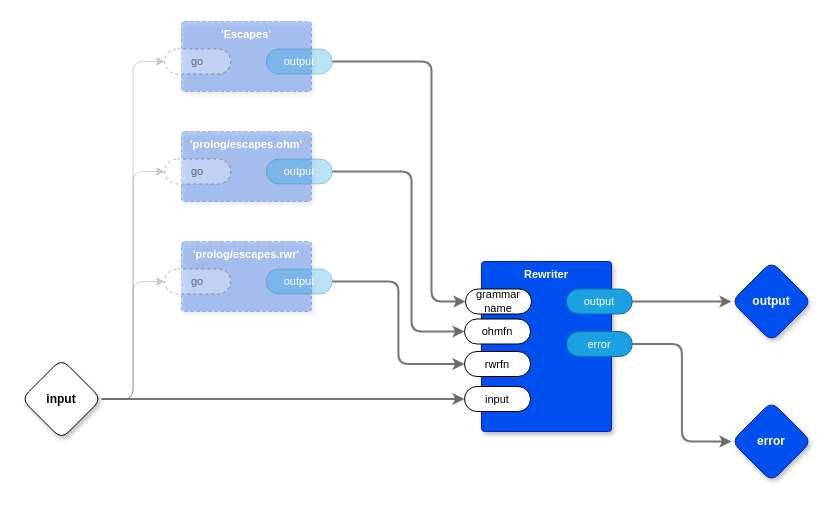
Earlier version of the draw.io diagram page "Escape Whitespace" (5 of 20) of js/js.drawio (guitarvydas/transpiler). Source tidied: cells renumbered, new cells numbered last; positions are measured from the earlier drawing's top-left corner, leaving out a move shared by most shapes. Both pictures are drawn from the tidied source at 100%, with x=0, y=0 at pixel (21, 21).
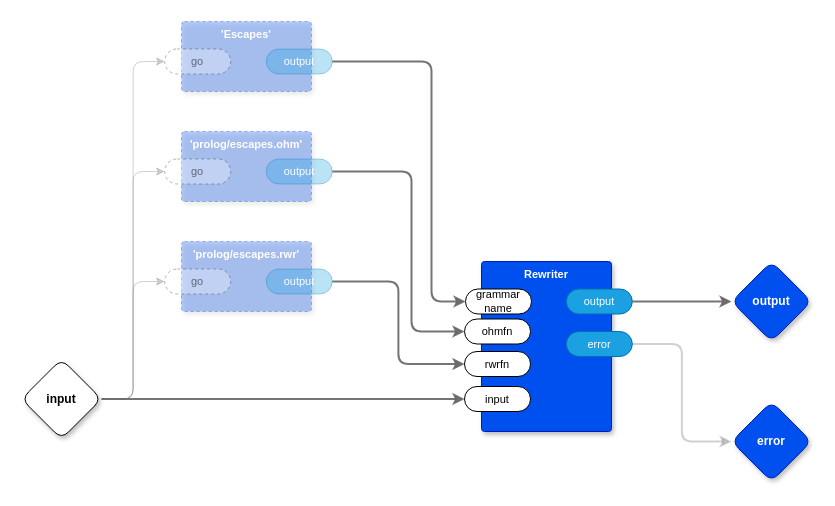
After the change.

The change refers to these unchanged cells:
```xml
<mxCell id="17" value="error" style="rounded=1;whiteSpace=wrap;html=1;sketch=0;points=[[0,0.5,0,0,0],[1,0.5,0,0,0]];fillColor=#1ba1e2;fontColor=#ffffff;strokeColor=#006EAF;arcSize=50;fontFamily=Helvetica;fontSize=11;" parent="14" vertex="1">
  <mxGeometry x="84.8" y="70" width="66" height="25" as="geometry" />
</mxCell>
<mxCell id="24" value="error" style="rhombus;whiteSpace=wrap;html=1;rounded=1;fillColor=#0050ef;fontColor=#ffffff;strokeColor=#001DBC;fontStyle=1;glass=0;sketch=0;fontSize=12;points=[[0,0.5,0,0,0],[0.5,0,0,0,0],[0.5,1,0,0,0],[1,0.5,0,0,0]];shadow=1;fontFamily=Helvetica;" parent="1" vertex="1">
  <mxGeometry x="710" y="380" width="80" height="80" as="geometry" />
</mxCell>
```

Diff of the diagram source:
```diff
@@
-    <mxCell id="25" style="edgeStyle=orthogonalEdgeStyle;shape=connector;rounded=1;jumpStyle=arc;jettySize=auto;html=1;exitX=1;exitY=0.5;exitDx=0;exitDy=0;exitPerimeter=0;entryX=0;entryY=0.5;entryDx=0;entryDy=0;entryPerimeter=0;labelBackgroundColor=default;strokeColor=#666666;strokeWidth=2;fontFamily=Helvetica;fontSize=11;fontColor=default;endArrow=classic;fillColor=#f5f5f5;opacity=90;" parent="1" edge="1" source="17" target="24">
+    <mxCell id="25" style="edgeStyle=orthogonalEdgeStyle;shape=connector;rounded=1;jumpStyle=arc;jettySize=auto;html=1;exitX=1;exitY=0.5;exitDx=0;exitDy=0;exitPerimeter=0;entryX=0;entryY=0.5;entryDx=0;entryDy=0;entryPerimeter=0;labelBackgroundColor=default;strokeColor=#666666;strokeWidth=2;fontFamily=Helvetica;fontSize=11;fontColor=default;endArrow=classic;fillColor=#f5f5f5;opacity=30;" parent="1" edge="1" source="17" target="24">
       <mxGeometry relative="1" as="geometry" />
     </mxCell>
```
